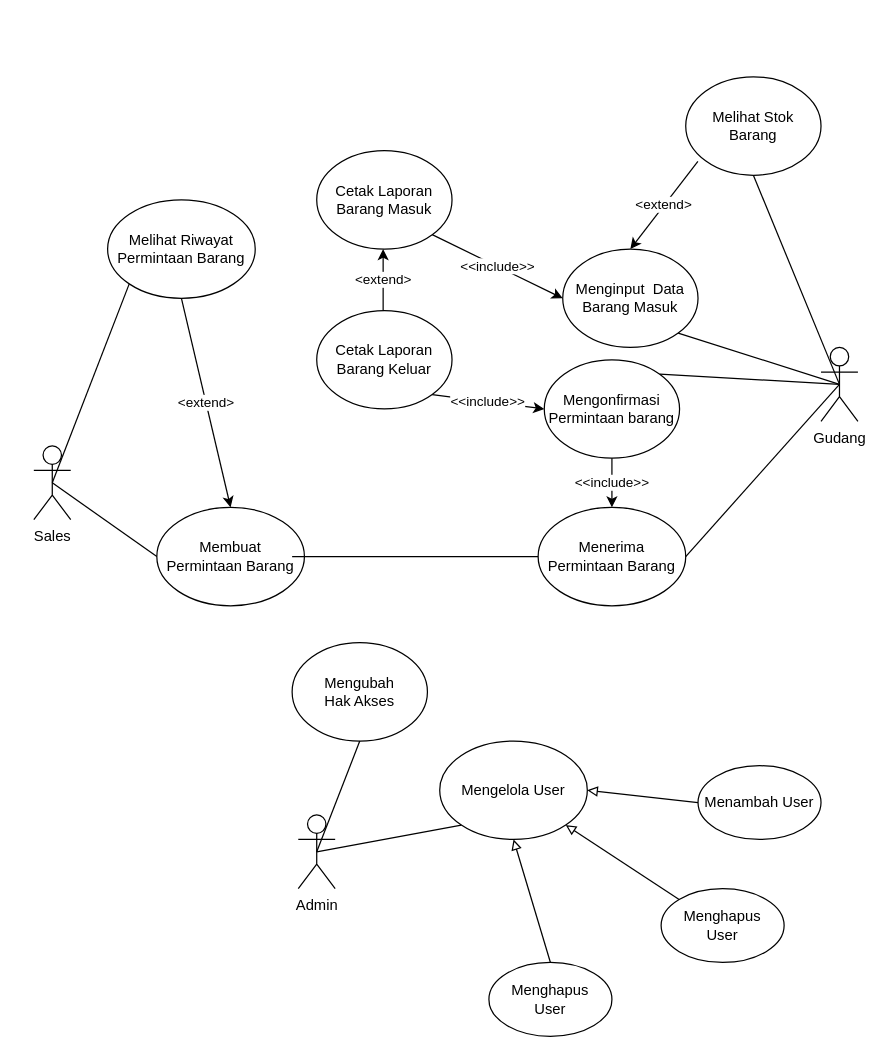
Ichsan-Takwa/Design-Sistem-Informasi-Persediaan-Barang keeps this draw.io diagram as Logical_design/Untitled Diagram.drawio. Above is the earlier version. Source tidied: cells renumbered, new cells numbered last; positions are measured from the earlier drawing's top-left corner, leaving out a move shared by most shapes. Both pictures are drawn from the tidied source at 123%, with x=0, y=0 at pixel (33, 76).
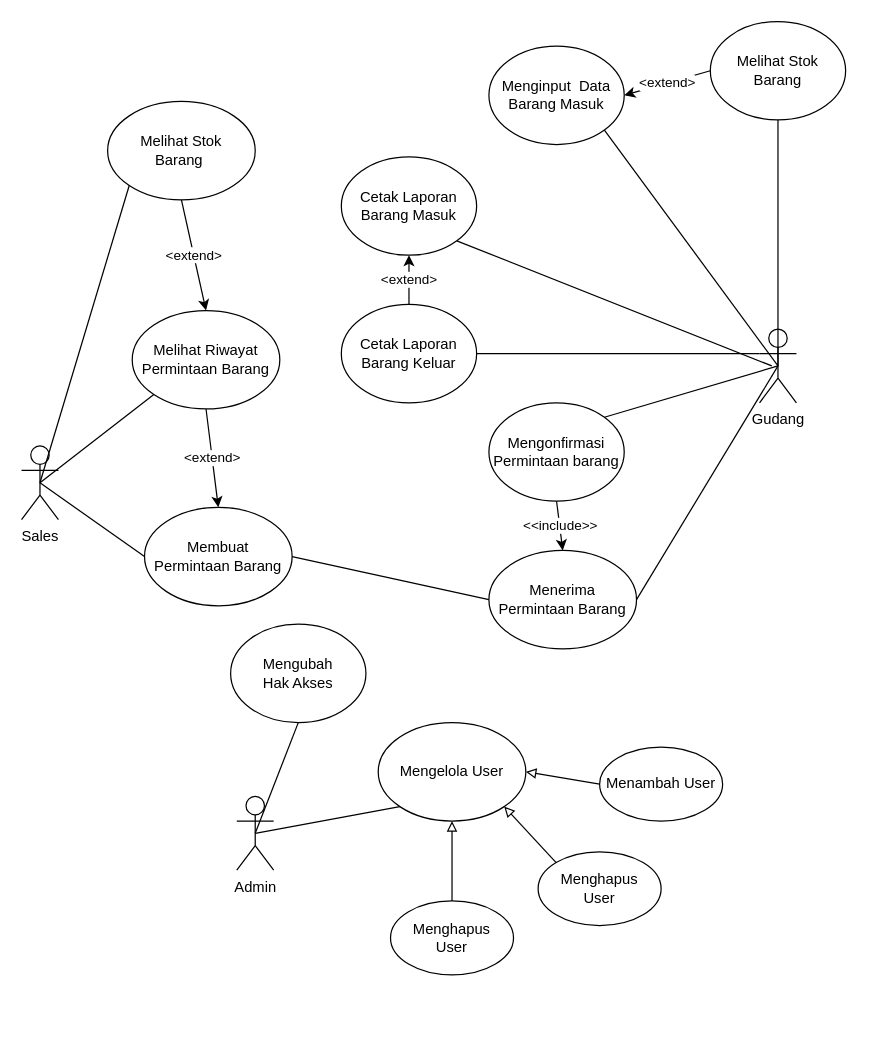
The same page after the edit.

Change to the diagram source:
```diff
@@
     <mxCell id="2" value="Sales" style="shape=umlActor;verticalLabelPosition=bottom;verticalAlign=top;html=1;outlineConnect=0;" parent="1" vertex="1">
-      <mxGeometry y="300" width="30" height="60" as="geometry" />
+      <mxGeometry x="-10" y="300" width="30" height="60" as="geometry" />
     </mxCell>
     <mxCell id="3" value="Gudang" style="shape=umlActor;verticalLabelPosition=bottom;verticalAlign=top;html=1;outlineConnect=0;" parent="1" vertex="1">
-      <mxGeometry x="640" y="220" width="30" height="60" as="geometry" />
+      <mxGeometry x="590" y="205" width="30" height="60" as="geometry" />
     </mxCell>
     <mxCell id="4" value="Membuat &lt;br&gt;Permintaan Barang" style="ellipse;whiteSpace=wrap;html=1;" parent="1" vertex="1">
-      <mxGeometry x="100" y="350" width="120" height="80" as="geometry" />
+      <mxGeometry x="90" y="350" width="120" height="80" as="geometry" />
     </mxCell>
     <mxCell id="5" value="Melihat Riwayat Permintaan Barang" style="ellipse;whiteSpace=wrap;html=1;" parent="1" vertex="1">
-      <mxGeometry x="60" y="100" width="120" height="80" as="geometry" />
+      <mxGeometry x="80" y="190" width="120" height="80" as="geometry" />
     </mxCell>
@@
     <mxCell id="8" value="Admin" style="shape=umlActor;verticalLabelPosition=bottom;verticalAlign=top;html=1;outlineConnect=0;" parent="1" vertex="1">
-      <mxGeometry x="215" y="600" width="30" height="60" as="geometry" />
+      <mxGeometry x="165" y="585" width="30" height="60" as="geometry" />
     </mxCell>
     <mxCell id="9" value="Mengubah &lt;br&gt;Hak Akses" style="ellipse;whiteSpace=wrap;html=1;" parent="1" vertex="1">
-      <mxGeometry x="210" y="460" width="110" height="80" as="geometry" />
+      <mxGeometry x="160" y="445" width="110" height="80" as="geometry" />
     </mxCell>
     <mxCell id="10" value="Menambah User" style="ellipse;whiteSpace=wrap;html=1;" parent="1" vertex="1">
-      <mxGeometry x="540" y="560" width="100" height="60" as="geometry" />
+      <mxGeometry x="460" y="545" width="100" height="60" as="geometry" />
     </mxCell>
     <mxCell id="11" value="Menghapus &lt;br&gt;User" style="ellipse;whiteSpace=wrap;html=1;" parent="1" vertex="1">
-      <mxGeometry x="510" y="660" width="100" height="60" as="geometry" />
+      <mxGeometry x="410" y="630" width="100" height="60" as="geometry" />
     </mxCell>
     <mxCell id="12" value="Mengelola User" style="ellipse;whiteSpace=wrap;html=1;" parent="1" vertex="1">
-      <mxGeometry x="330" y="540" width="120" height="80" as="geometry" />
+      <mxGeometry x="280" y="525" width="120" height="80" as="geometry" />
     </mxCell>
@@
     <mxCell id="16" value="Menghapus &lt;br&gt;User" style="ellipse;whiteSpace=wrap;html=1;" parent="1" vertex="1">
-      <mxGeometry x="370" y="720" width="100" height="60" as="geometry" />
+      <mxGeometry x="290" y="670" width="100" height="60" as="geometry" />
     </mxCell>
@@
     <mxCell id="19" value="Menginput&amp;nbsp; Data Barang Masuk" style="ellipse;whiteSpace=wrap;html=1;" parent="1" vertex="1">
-      <mxGeometry x="430" y="140" width="110" height="80" as="geometry" />
+      <mxGeometry x="370" y="-25" width="110" height="80" as="geometry" />
     </mxCell>
     <mxCell id="20" value="Melihat Stok &lt;br&gt;Barang" style="ellipse;whiteSpace=wrap;html=1;" parent="1" vertex="1">
-      <mxGeometry x="530" width="110" height="80" as="geometry" />
+      <mxGeometry x="550" y="-45" width="110" height="80" as="geometry" />
     </mxCell>
     <mxCell id="21" value="Cetak Laporan Barang Keluar" style="ellipse;whiteSpace=wrap;html=1;" parent="1" vertex="1">
-      <mxGeometry x="230" y="190" width="110" height="80" as="geometry" />
+      <mxGeometry x="250" y="185" width="110" height="80" as="geometry" />
     </mxCell>
     <mxCell id="22" value="Mengonfirmasi Permintaan barang" style="ellipse;whiteSpace=wrap;html=1;" parent="1" vertex="1">
-      <mxGeometry x="415" y="230" width="110" height="80" as="geometry" />
+      <mxGeometry x="370" y="265" width="110" height="80" as="geometry" />
     </mxCell>
-    <mxCell id="23" value="&amp;lt;extend&amp;gt;" style="endArrow=none;html=1;rounded=0;entryX=0.09;entryY=0.858;entryDx=0;entryDy=0;exitX=0.5;exitY=0;exitDx=0;exitDy=0;entryPerimeter=0;startArrow=classic;startFill=1;" parent="1" edge="1" source="19" target="20">
+    <mxCell id="23" value="&amp;lt;extend&amp;gt;" style="endArrow=none;html=1;rounded=0;entryX=0;entryY=0.5;entryDx=0;entryDy=0;exitX=1;exitY=0.5;exitDx=0;exitDy=0;startArrow=classic;startFill=1;" parent="1" edge="1" source="19" target="20">
       <mxGeometry relative="1" as="geometry" />
     </mxCell>
     <mxCell id="24" value="Cetak Laporan Barang Masuk" style="ellipse;whiteSpace=wrap;html=1;" parent="1" vertex="1">
-      <mxGeometry x="230" y="60" width="110" height="80" as="geometry" />
+      <mxGeometry x="250" y="65" width="110" height="80" as="geometry" />
     </mxCell>
-    <mxCell id="25" value="&amp;lt;&amp;lt;include&amp;gt;&amp;gt;" style="endArrow=none;html=1;rounded=0;entryX=1;entryY=1;entryDx=0;entryDy=0;exitX=0;exitY=0.5;exitDx=0;exitDy=0;startArrow=classic;startFill=1;" parent="1" edge="1" source="19" target="24">
-      <mxGeometry relative="1" as="geometry" />
-    </mxCell>
@@
-    <mxCell id="28" value="&amp;lt;&amp;lt;include&amp;gt;&amp;gt;" style="endArrow=none;html=1;rounded=0;entryX=1;entryY=1;entryDx=0;entryDy=0;exitX=0;exitY=0.5;exitDx=0;exitDy=0;startArrow=classic;startFill=1;" parent="1" edge="1" source="22" target="21">
-      <mxGeometry relative="1" as="geometry" />
-    </mxCell>
@@
     <mxCell id="31" value="Menerima&lt;br&gt;Permintaan Barang" style="ellipse;whiteSpace=wrap;html=1;" parent="1" vertex="1">
-      <mxGeometry x="410" y="350" width="120" height="80" as="geometry" />
+      <mxGeometry x="370" y="385" width="120" height="80" as="geometry" />
     </mxCell>
@@
-    <mxCell id="33" style="endArrow=none;html=1;rounded=0;exitX=1;exitY=0.5;exitDx=0;exitDy=0;entryX=0;entryY=0.5;entryDx=0;entryDy=0;" parent="1" edge="1" target="31">
-      <mxGeometry relative="1" as="geometry">
-        <mxPoint x="210" y="390" as="sourcePoint" />
-      </mxGeometry>
+    <mxCell id="33" style="endArrow=none;html=1;rounded=0;exitX=1;exitY=0.5;exitDx=0;exitDy=0;entryX=0;entryY=0.5;entryDx=0;entryDy=0;" parent="1" edge="1" source="4" target="31">
+      <mxGeometry relative="1" as="geometry" />
     </mxCell>
@@
-    <mxCell id="35" value="&amp;lt;extend&amp;gt;" style="endArrow=classic;html=1;rounded=0;entryX=0.5;entryY=1;entryDx=0;entryDy=0;exitX=0.5;exitY=0;exitDx=0;exitDy=0;startArrow=none;startFill=0;endFill=1;" parent="1" edge="1">
-      <mxGeometry relative="1" as="geometry">
-        <mxPoint x="284" y="190" as="sourcePoint" />
-        <mxPoint x="284" y="140" as="targetPoint" />
-      </mxGeometry>
+    <mxCell id="35" value="&amp;lt;extend&amp;gt;" style="endArrow=classic;html=1;rounded=0;entryX=0.5;entryY=1;entryDx=0;entryDy=0;exitX=0.5;exitY=0;exitDx=0;exitDy=0;startArrow=none;startFill=0;endFill=1;" parent="1" edge="1" source="21" target="24">
+      <mxGeometry relative="1" as="geometry" />
     </mxCell>
+    <mxCell id="36" style="endArrow=none;html=1;rounded=0;entryX=1;entryY=0.5;entryDx=0;entryDy=0;exitX=0;exitY=0.3333333333333333;exitDx=0;exitDy=0;exitPerimeter=0;" parent="1" edge="1" source="3" target="21">
+      <mxGeometry relative="1" as="geometry" />
+    </mxCell>
+    <mxCell id="37" style="endArrow=none;html=1;rounded=0;entryX=1;entryY=1;entryDx=0;entryDy=0;exitX=0;exitY=0.3333333333333333;exitDx=0;exitDy=0;exitPerimeter=0;" parent="1" edge="1" target="24">
+      <mxGeometry relative="1" as="geometry">
+        <mxPoint x="600" y="235" as="sourcePoint" />
+      </mxGeometry>
+    </mxCell>
+    <mxCell id="38" value="Melihat Stok&lt;br&gt;Barang&amp;nbsp;" style="ellipse;whiteSpace=wrap;html=1;" parent="1" vertex="1">
+      <mxGeometry x="60" y="20" width="120" height="80" as="geometry" />
+    </mxCell>
+    <mxCell id="39" style="endArrow=none;html=1;rounded=0;exitX=0.5;exitY=0.5;exitDx=0;exitDy=0;exitPerimeter=0;entryX=0;entryY=1;entryDx=0;entryDy=0;" parent="1" edge="1" source="2" target="38">
+      <mxGeometry relative="1" as="geometry" />
+    </mxCell>
+    <mxCell id="40" value="&amp;lt;extend&amp;gt;" style="endArrow=none;html=1;rounded=0;entryX=0.5;entryY=1;entryDx=0;entryDy=0;exitX=0.5;exitY=0;exitDx=0;exitDy=0;startArrow=classic;startFill=1;" parent="1" edge="1" source="5" target="38">
+      <mxGeometry relative="1" as="geometry" />
+    </mxCell>
```
